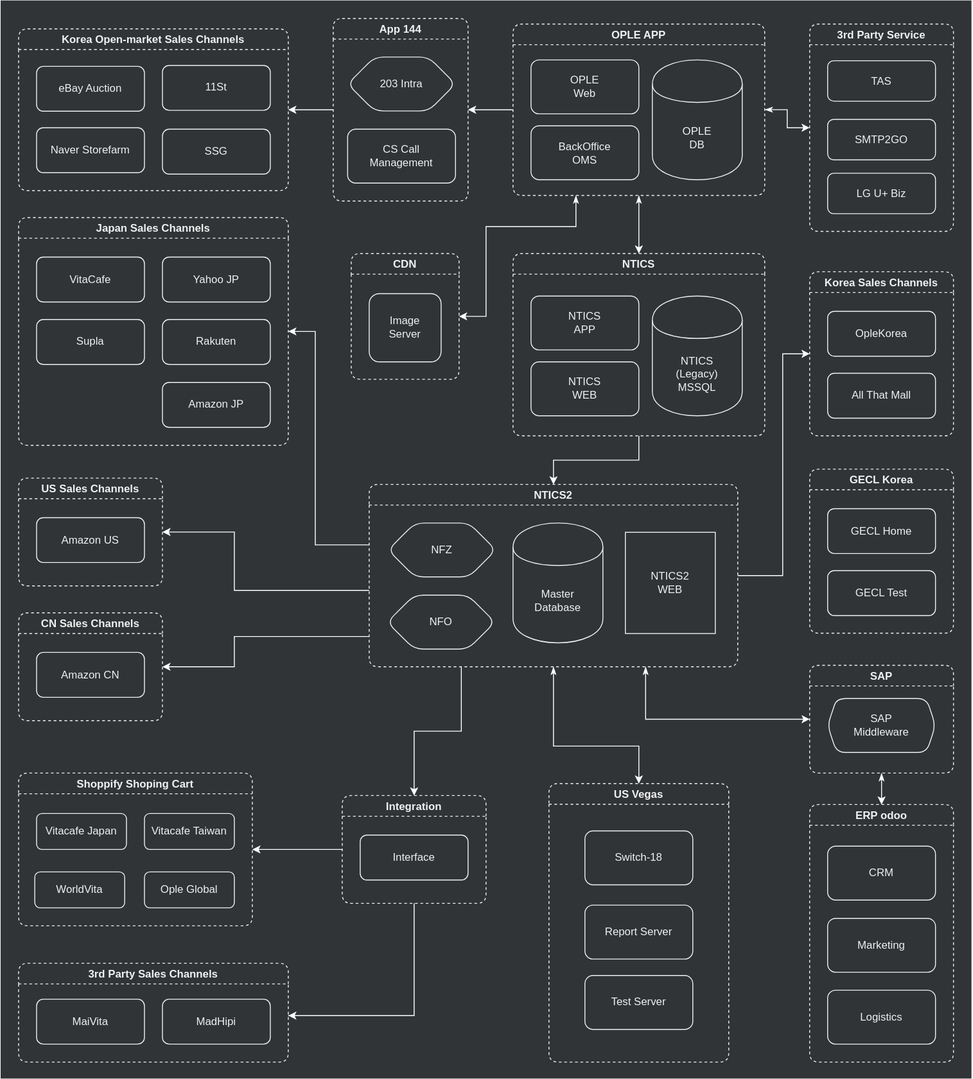
This is assets/.draw.io/references/infrastructure-diagram.svg from jiholee-ntwglobal/jiholee-ntwglobal.github.io, a draw.io export, as it was before one commit. Source tidied: cells renumbered, new cells last; positions are measured from the earlier drawing's top-left corner, leaving out a move shared by most shapes.
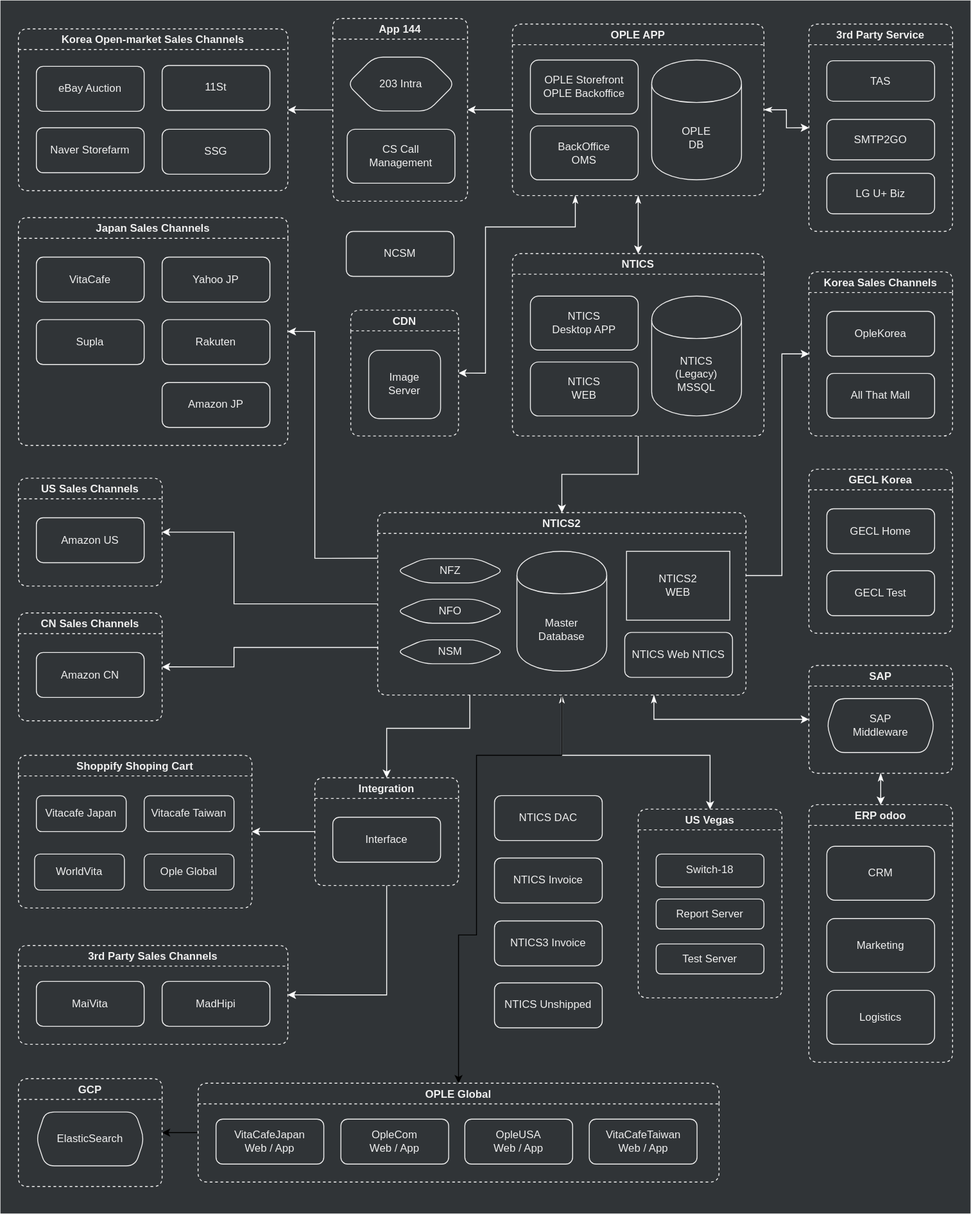
The same file after the commit.

Change to the diagram source:
```diff
@@ -3,7 +3,7 @@
     <mxCell id="0" />
     <mxCell id="1" parent="0" />
     <mxCell id="2" style="rounded=0;whiteSpace=wrap;html=1;strokeColor=none;fillColor=#303437;fontColor=#F0F0F0;labelBackgroundColor=none;" parent="1" vertex="1">
-      <mxGeometry width="1080" height="1200" as="geometry" />
+      <mxGeometry width="1080" height="1350" as="geometry" />
     </mxCell>
     <mxCell id="3" value="ERP odoo" style="swimlane;rounded=1;fillColor=none;fontColor=#F0F0F0;strokeColor=#F0F0F0;dashed=1;" parent="1" vertex="1">
       <mxGeometry x="900" y="895" width="160" height="286.7" as="geometry" />
@@ -29,7 +29,7 @@
     <mxCell id="10" value="OPLE APP" style="swimlane;rounded=1;fillColor=none;fontColor=#F0F0F0;strokeColor=#F0F0F0;dashed=1;" parent="1" vertex="1">
       <mxGeometry x="570" y="26.2" width="280" height="190.8" as="geometry" />
     </mxCell>
-    <mxCell id="11" value="OPLE&lt;br&gt;Web" style="rounded=1;whiteSpace=wrap;html=1;fillColor=none;fontColor=#F0F0F0;strokeColor=#F0F0F0;" parent="10" vertex="1">
+    <mxCell id="11" value="OPLE Storefront&lt;br&gt;OPLE Backoffice" style="rounded=1;whiteSpace=wrap;html=1;fillColor=none;fontColor=#F0F0F0;strokeColor=#F0F0F0;" parent="10" vertex="1">
       <mxGeometry x="20" y="40" width="120" height="60" as="geometry" />
     </mxCell>
     <mxCell id="12" value="OPLE&lt;br&gt;DB" style="shape=cylinder;whiteSpace=wrap;html=1;boundedLbl=1;backgroundOutline=1;fillColor=none;fontColor=#F0F0F0;strokeColor=#F0F0F0;" parent="10" vertex="1">
@@ -39,7 +39,7 @@
       <mxGeometry x="20" y="113.3" width="120" height="60" as="geometry" />
     </mxCell>
     <mxCell id="14" value="Shoppify Shoping Cart" style="swimlane;rounded=1;fillColor=none;fontColor=#F0F0F0;strokeColor=#F0F0F0;dashed=1;" parent="1" vertex="1">
-      <mxGeometry x="20" y="860" width="260" height="170" as="geometry" />
+      <mxGeometry x="20" y="840" width="260" height="170" as="geometry" />
     </mxCell>
     <mxCell id="15" value="Vitacafe Taiwan" style="rounded=1;whiteSpace=wrap;html=1;fillColor=none;fontColor=#F0F0F0;strokeColor=#F0F0F0;" parent="14" vertex="1">
       <mxGeometry x="140" y="45" width="100" height="40" as="geometry" />
@@ -54,16 +54,16 @@
       <mxGeometry x="20" y="45" width="100" height="40" as="geometry" />
     </mxCell>
     <mxCell id="19" value="US Vegas" style="swimlane;rounded=1;fillColor=none;dashed=1;fontColor=#F0F0F0;strokeColor=#F0F0F0;" parent="1" vertex="1">
-      <mxGeometry x="610" y="871.7" width="200" height="310" as="geometry" />
+      <mxGeometry x="710" y="900" width="160" height="210" as="geometry" />
     </mxCell>
     <mxCell id="20" value="Switch-18" style="rounded=1;whiteSpace=wrap;html=1;fillColor=none;fontColor=#F0F0F0;strokeColor=#F0F0F0;" parent="19" vertex="1">
-      <mxGeometry x="40" y="52.7" width="120" height="60" as="geometry" />
+      <mxGeometry x="20" y="50" width="120" height="36.7" as="geometry" />
     </mxCell>
     <mxCell id="21" value="Report Server" style="rounded=1;whiteSpace=wrap;html=1;fillColor=none;fontColor=#F0F0F0;strokeColor=#F0F0F0;" parent="19" vertex="1">
-      <mxGeometry x="40" y="135.3" width="120" height="60" as="geometry" />
+      <mxGeometry x="20" y="100" width="120" height="33.3" as="geometry" />
     </mxCell>
     <mxCell id="22" value="Test Server" style="rounded=1;whiteSpace=wrap;html=1;fillColor=none;fontColor=#F0F0F0;strokeColor=#F0F0F0;" parent="19" vertex="1">
-      <mxGeometry x="40" y="213.7" width="120" height="60" as="geometry" />
+      <mxGeometry x="20" y="150" width="120" height="33.3" as="geometry" />
     </mxCell>
     <mxCell id="23" value="3rd Party Service" style="swimlane;rounded=1;fillColor=none;fontColor=#F0F0F0;strokeColor=#F0F0F0;dashed=1;" parent="1" vertex="1">
       <mxGeometry x="900" y="26.2" width="160" height="230.8" as="geometry" />
@@ -116,9 +116,9 @@
     <mxCell id="39" style="edgeStyle=orthogonalEdgeStyle;rounded=0;jettySize=auto;html=1;startArrow=classicThin;startFill=1;strokeColor=#FFFFFF;fontColor=#FFFFFF;exitX=0.25;exitY=1;exitDx=0;exitDy=0;entryX=1;entryY=0.5;entryDx=0;entryDy=0;" parent="1" edge="1" source="10" target="80">
       <mxGeometry relative="1" as="geometry">
         <Array as="points">
-          <mxPoint x="640" y="251.7" />
-          <mxPoint x="540" y="251.7" />
-          <mxPoint x="540" y="351.7" />
+          <mxPoint x="640" y="252" />
+          <mxPoint x="540" y="252" />
+          <mxPoint x="540" y="415" />
         </Array>
       </mxGeometry>
     </mxCell>
@@ -128,47 +128,51 @@
     <mxCell id="41" value="NTICS&lt;br&gt;(Legacy)&lt;br&gt;MSSQL" style="shape=cylinder;whiteSpace=wrap;html=1;boundedLbl=1;backgroundOutline=1;fillColor=none;fontColor=#F0F0F0;strokeColor=#F0F0F0;" parent="40" vertex="1">
       <mxGeometry x="155" y="47.3" width="100" height="133.3" as="geometry" />
     </mxCell>
-    <mxCell id="42" value="NTICS&lt;br&gt;APP" style="rounded=1;whiteSpace=wrap;html=1;fillColor=none;fontColor=#F0F0F0;strokeColor=#F0F0F0;" parent="40" vertex="1">
+    <mxCell id="42" value="NTICS&lt;br&gt;Desktop APP" style="rounded=1;whiteSpace=wrap;html=1;fillColor=none;fontColor=#F0F0F0;strokeColor=#F0F0F0;" parent="40" vertex="1">
       <mxGeometry x="20" y="47.3" width="120" height="60" as="geometry" />
     </mxCell>
     <mxCell id="43" value="NTICS&lt;br&gt;WEB" style="rounded=1;whiteSpace=wrap;html=1;fillColor=none;fontColor=#F0F0F0;strokeColor=#F0F0F0;" parent="40" vertex="1">
       <mxGeometry x="20" y="120.7" width="120" height="60" as="geometry" />
     </mxCell>
-    <mxCell id="44" style="edgeStyle=orthogonalEdgeStyle;rounded=0;jettySize=auto;html=1;entryX=1;entryY=0.5;entryDx=0;entryDy=0;startArrow=none;startFill=0;strokeColor=#FFFFFF;fontColor=#FFFFFF;" parent="1" edge="1" target="32">
+    <mxCell id="44" style="edgeStyle=orthogonalEdgeStyle;rounded=0;jettySize=auto;html=1;entryX=1;entryY=0.5;entryDx=0;entryDy=0;startArrow=none;startFill=0;strokeColor=#FFFFFF;fontColor=#FFFFFF;exitX=0;exitY=0.25;exitDx=0;exitDy=0;" parent="1" edge="1" source="51" target="32">
       <mxGeometry relative="1" as="geometry">
-        <mxPoint x="410" y="606" as="sourcePoint" />
         <Array as="points">
-          <mxPoint x="350" y="605.7" />
-          <mxPoint x="350" y="368.7" />
+          <mxPoint x="350" y="621" />
+          <mxPoint x="350" y="368" />
         </Array>
       </mxGeometry>
     </mxCell>
-    <mxCell id="45" style="edgeStyle=orthogonalEdgeStyle;rounded=0;jettySize=auto;html=1;entryX=1;entryY=0.5;entryDx=0;entryDy=0;startArrow=none;startFill=0;strokeColor=#FFFFFF;fontColor=#FFFFFF;" parent="1" edge="1" source="51" target="56">
+    <mxCell id="45" style="edgeStyle=orthogonalEdgeStyle;rounded=0;jettySize=auto;html=1;entryX=1;entryY=0.5;entryDx=0;entryDy=0;startArrow=none;startFill=0;strokeColor=#FFFFFF;fontColor=#FFFFFF;exitX=0;exitY=0.5;exitDx=0;exitDy=0;" parent="1" edge="1" source="51" target="56">
       <mxGeometry relative="1" as="geometry">
         <Array as="points">
-          <mxPoint x="260" y="656.7" />
-          <mxPoint x="260" y="591.7" />
+          <mxPoint x="260" y="672" />
+          <mxPoint x="260" y="592" />
         </Array>
       </mxGeometry>
     </mxCell>
-    <mxCell id="46" style="edgeStyle=orthogonalEdgeStyle;rounded=0;orthogonalLoop=1;jettySize=auto;html=1;startArrow=none;startFill=0;strokeColor=#FFFFFF;fontColor=#FFFFFF;" parent="1" edge="1">
+    <mxCell id="46" style="edgeStyle=orthogonalEdgeStyle;rounded=0;jettySize=auto;html=1;startArrow=none;startFill=0;strokeColor=#FFFFFF;fontColor=#FFFFFF;exitX=0;exitY=0.75;exitDx=0;exitDy=0;" parent="1" edge="1" source="51">
       <mxGeometry relative="1" as="geometry">
-        <mxPoint x="410" y="708" as="sourcePoint" />
         <mxPoint x="180" y="741.7" as="targetPoint" />
         <Array as="points">
-          <mxPoint x="260" y="707.7" />
-          <mxPoint x="260" y="741.7" />
+          <mxPoint x="420" y="720" />
+          <mxPoint x="260" y="720" />
+          <mxPoint x="260" y="742" />
         </Array>
       </mxGeometry>
     </mxCell>
     <mxCell id="47" style="edgeStyle=orthogonalEdgeStyle;rounded=0;jettySize=auto;html=1;entryX=0.5;entryY=0;entryDx=0;entryDy=0;startArrow=none;startFill=0;strokeColor=#FFFFFF;fontColor=#FFFFFF;exitX=0.25;exitY=1;exitDx=0;exitDy=0;" parent="1" edge="1" source="51" target="66">
-      <mxGeometry relative="1" as="geometry" />
+      <mxGeometry relative="1" as="geometry">
+        <Array as="points">
+          <mxPoint x="523" y="810" />
+          <mxPoint x="430" y="810" />
+        </Array>
+      </mxGeometry>
     </mxCell>
-    <mxCell id="48" style="edgeStyle=orthogonalEdgeStyle;rounded=0;jettySize=auto;html=1;entryX=0.5;entryY=0;entryDx=0;entryDy=0;startArrow=classicThin;startFill=1;strokeColor=#FFFFFF;fontColor=#FFFFFF;" parent="1" edge="1" source="51" target="19">
+    <mxCell id="48" style="edgeStyle=orthogonalEdgeStyle;rounded=0;jettySize=auto;html=1;entryX=0.5;entryY=0;entryDx=0;entryDy=0;startArrow=classicThin;startFill=1;strokeColor=#FFFFFF;fontColor=#FFFFFF;exitX=0.5;exitY=1;exitDx=0;exitDy=0;" parent="1" edge="1" source="51" target="19">
       <mxGeometry relative="1" as="geometry">
         <Array as="points">
-          <mxPoint x="615" y="830" />
-          <mxPoint x="710" y="830" />
+          <mxPoint x="625" y="840" />
+          <mxPoint x="790" y="840" />
         </Array>
       </mxGeometry>
     </mxCell>
@@ -183,21 +187,37 @@
         </Array>
       </mxGeometry>
     </mxCell>
+    <mxCell id="82" style="edgeStyle=orthogonalEdgeStyle;rounded=0;jettySize=auto;html=1;entryX=0.5;entryY=0;entryDx=0;entryDy=0;" parent="1" edge="1" source="51" target="86">
+      <mxGeometry relative="1" as="geometry">
+        <Array as="points">
+          <mxPoint x="625" y="840" />
+          <mxPoint x="530" y="840" />
+          <mxPoint x="530" y="1040" />
+          <mxPoint x="510" y="1040" />
+        </Array>
+      </mxGeometry>
+    </mxCell>
     <mxCell id="51" value="NTICS2" style="swimlane;rounded=1;fillColor=none;fontColor=#F0F0F0;strokeColor=#F0F0F0;dashed=1;" parent="1" vertex="1">
-      <mxGeometry x="410" y="538.7" width="410" height="203" as="geometry" />
+      <mxGeometry x="420" y="570" width="410" height="203" as="geometry" />
     </mxCell>
     <mxCell id="52" value="Master&lt;br&gt;Database" style="shape=cylinder;whiteSpace=wrap;html=1;boundedLbl=1;backgroundOutline=1;fillColor=none;fontColor=#F0F0F0;strokeColor=#F0F0F0;" parent="51" vertex="1">
-      <mxGeometry x="160" y="43" width="100" height="133.3" as="geometry" />
+      <mxGeometry x="155" y="43" width="100" height="133.3" as="geometry" />
     </mxCell>
     <mxCell id="53" value="NTICS2&lt;br&gt;WEB" style="rounded=0;whiteSpace=wrap;html=1;fillColor=none;fontColor=#F0F0F0;strokeColor=#F0F0F0;" parent="51" vertex="1">
-      <mxGeometry x="285" y="53.3" width="100" height="112.7" as="geometry" />
+      <mxGeometry x="277" y="43" width="115" height="76.7" as="geometry" />
     </mxCell>
     <mxCell id="54" value="NFZ" style="shape=hexagon;perimeter=hexagonPerimeter2;whiteSpace=wrap;html=1;rounded=1;fillColor=none;fontColor=#F0F0F0;strokeColor=#F0F0F0;" parent="51" vertex="1">
-      <mxGeometry x="21" y="43" width="120" height="60" as="geometry" />
+      <mxGeometry x="21" y="51.2" width="120" height="27" as="geometry" />
     </mxCell>
     <mxCell id="55" value="NFO" style="shape=hexagon;perimeter=hexagonPerimeter2;whiteSpace=wrap;html=1;rounded=1;fillColor=none;fontColor=#F0F0F0;strokeColor=#F0F0F0;" parent="51" vertex="1">
-      <mxGeometry x="20" y="123.3" width="120" height="60" as="geometry" />
+      <mxGeometry x="21" y="96.3" width="120" height="26.7" as="geometry" />
     </mxCell>
+    <mxCell id="83" value="NTICS Web NTICS" style="rounded=1;whiteSpace=wrap;html=1;fillColor=none;fontColor=#F0F0F0;strokeColor=#F0F0F0;" parent="51" vertex="1">
+      <mxGeometry x="275" y="133.3" width="120" height="50" as="geometry" />
+    </mxCell>
+    <mxCell id="84" value="NSM" style="shape=hexagon;perimeter=hexagonPerimeter2;whiteSpace=wrap;html=1;rounded=1;fillColor=none;fontColor=#F0F0F0;strokeColor=#F0F0F0;" parent="51" vertex="1">
+      <mxGeometry x="21" y="141.5" width="120" height="26.7" as="geometry" />
+    </mxCell>
     <mxCell id="56" value="US Sales Channels" style="swimlane;rounded=1;fillColor=none;fontColor=#F0F0F0;strokeColor=#F0F0F0;dashed=1;" parent="1" vertex="1">
       <mxGeometry x="20" y="531.7" width="160" height="120" as="geometry" />
     </mxCell>
@@ -225,17 +245,15 @@
     <mxCell id="64" style="edgeStyle=orthogonalEdgeStyle;rounded=0;jettySize=auto;html=1;entryX=1;entryY=0.5;entryDx=0;entryDy=0;startArrow=none;startFill=0;strokeColor=#FFFFFF;fontColor=#FFFFFF;" parent="1" edge="1" source="66" target="14">
       <mxGeometry relative="1" as="geometry" />
     </mxCell>
-    <mxCell id="65" style="edgeStyle=orthogonalEdgeStyle;rounded=0;jettySize=auto;html=1;startArrow=none;startFill=0;strokeColor=#FFFFFF;fontColor=#FFFFFF;exitX=0.5;exitY=1;exitDx=0;exitDy=0;" parent="1" edge="1" source="66">
+    <mxCell id="65" style="edgeStyle=orthogonalEdgeStyle;rounded=0;jettySize=auto;html=1;startArrow=none;startFill=0;strokeColor=#FFFFFF;fontColor=#FFFFFF;exitX=0.5;exitY=1;exitDx=0;exitDy=0;entryX=1;entryY=0.5;entryDx=0;entryDy=0;" parent="1" edge="1" source="66" target="71">
       <mxGeometry relative="1" as="geometry">
-        <mxPoint x="320" y="1130" as="targetPoint" />
         <Array as="points">
-          <mxPoint x="460" y="1130" />
-          <mxPoint x="320" y="1130" />
+          <mxPoint x="430" y="1107" />
         </Array>
       </mxGeometry>
     </mxCell>
     <mxCell id="66" value="Integration" style="swimlane;rounded=1;fillColor=none;fontColor=#F0F0F0;strokeColor=#F0F0F0;dashed=1;" parent="1" vertex="1">
-      <mxGeometry x="380" y="885" width="160" height="120" as="geometry" />
+      <mxGeometry x="350" y="865" width="160" height="120" as="geometry" />
     </mxCell>
     <mxCell id="67" value="Interface" style="rounded=1;whiteSpace=wrap;html=1;fillColor=none;fontColor=#F0F0F0;strokeColor=#F0F0F0;" parent="66" vertex="1">
       <mxGeometry x="20" y="44" width="120" height="50" as="geometry" />
@@ -250,7 +268,7 @@
       <mxGeometry x="20" y="113" width="120" height="50" as="geometry" />
     </mxCell>
     <mxCell id="71" value="3rd Party Sales Channels" style="swimlane;rounded=1;fillColor=none;fontColor=#F0F0F0;strokeColor=#F0F0F0;dashed=1;" parent="1" vertex="1">
-      <mxGeometry x="20" y="1071.7" width="300" height="110" as="geometry" />
+      <mxGeometry x="20" y="1051.7" width="300" height="110" as="geometry" />
     </mxCell>
     <mxCell id="72" value="MaiVita" style="rounded=1;whiteSpace=wrap;html=1;fillColor=none;fontColor=#F0F0F0;strokeColor=#F0F0F0;" parent="71" vertex="1">
       <mxGeometry x="20" y="40" width="120" height="50" as="geometry" />
@@ -277,10 +295,49 @@
       <mxGeometry x="20" y="37" width="120" height="60" as="geometry" />
     </mxCell>
     <mxCell id="80" value="CDN" style="swimlane;rounded=1;fillColor=none;fontColor=#F0F0F0;strokeColor=#F0F0F0;dashed=1;" parent="1" vertex="1">
-      <mxGeometry x="390" y="281.7" width="120" height="140" as="geometry" />
+      <mxGeometry x="390" y="344.7" width="120" height="140" as="geometry" />
     </mxCell>
     <mxCell id="81" value="Image&lt;br&gt;Server" style="rounded=1;whiteSpace=wrap;html=1;fillColor=none;fontColor=#F0F0F0;strokeColor=#F0F0F0;" parent="80" vertex="1">
       <mxGeometry x="20" y="44.7" width="80" height="76" as="geometry" />
     </mxCell>
+    <mxCell id="85" style="edgeStyle=orthogonalEdgeStyle;rounded=0;jettySize=auto;html=1;entryX=1;entryY=0.5;entryDx=0;entryDy=0;" parent="1" edge="1" source="86" target="96">
+      <mxGeometry relative="1" as="geometry" />
+    </mxCell>
+    <mxCell id="86" value="OPLE Global" style="swimlane;rounded=1;fillColor=none;fontColor=#F0F0F0;strokeColor=#F0F0F0;dashed=1;" parent="1" vertex="1">
+      <mxGeometry x="220" y="1205" width="580" height="110" as="geometry" />
+    </mxCell>
+    <mxCell id="87" value="VitaCafeJapan&lt;br&gt;Web / App" style="rounded=1;whiteSpace=wrap;html=1;fillColor=none;fontColor=#F0F0F0;strokeColor=#F0F0F0;" parent="86" vertex="1">
+      <mxGeometry x="20" y="40" width="120" height="50" as="geometry" />
+    </mxCell>
+    <mxCell id="88" value="OpleCom&lt;br&gt;Web / App" style="rounded=1;whiteSpace=wrap;html=1;fillColor=none;fontColor=#F0F0F0;strokeColor=#F0F0F0;" parent="86" vertex="1">
+      <mxGeometry x="159" y="40" width="120" height="50" as="geometry" />
+    </mxCell>
+    <mxCell id="89" value="OpleUSA&lt;br&gt;Web / App" style="rounded=1;whiteSpace=wrap;html=1;fillColor=none;fontColor=#F0F0F0;strokeColor=#F0F0F0;" parent="86" vertex="1">
+      <mxGeometry x="297" y="40" width="120" height="50" as="geometry" />
+    </mxCell>
+    <mxCell id="90" value="VitaCafeTaiwan&lt;br&gt;Web / App" style="rounded=1;whiteSpace=wrap;html=1;fillColor=none;fontColor=#F0F0F0;strokeColor=#F0F0F0;" parent="86" vertex="1">
+      <mxGeometry x="435.5" y="40" width="120" height="50" as="geometry" />
+    </mxCell>
+    <mxCell id="91" value="NCSM" style="rounded=1;whiteSpace=wrap;html=1;fillColor=none;fontColor=#F0F0F0;strokeColor=#F0F0F0;" parent="1" vertex="1">
+      <mxGeometry x="385" y="257.1" width="120" height="50" as="geometry" />
+    </mxCell>
+    <mxCell id="92" value="NTICS Unshipped" style="rounded=1;whiteSpace=wrap;html=1;fillColor=none;fontColor=#F0F0F0;strokeColor=#F0F0F0;" parent="1" vertex="1">
+      <mxGeometry x="550" y="1093.3" width="120" height="50" as="geometry" />
+    </mxCell>
+    <mxCell id="93" value="NTICS3 Invoice" style="rounded=1;whiteSpace=wrap;html=1;fillColor=none;fontColor=#F0F0F0;strokeColor=#F0F0F0;" parent="1" vertex="1">
+      <mxGeometry x="550" y="1024.3" width="120" height="50" as="geometry" />
+    </mxCell>
+    <mxCell id="94" value="NTICS DAC" style="rounded=1;whiteSpace=wrap;html=1;fillColor=none;fontColor=#F0F0F0;strokeColor=#F0F0F0;" parent="1" vertex="1">
+      <mxGeometry x="550" y="885" width="120" height="50" as="geometry" />
+    </mxCell>
+    <mxCell id="95" value="NTICS Invoice" style="rounded=1;whiteSpace=wrap;html=1;fillColor=none;fontColor=#F0F0F0;strokeColor=#F0F0F0;" parent="1" vertex="1">
+      <mxGeometry x="550" y="954.3" width="120" height="50" as="geometry" />
+    </mxCell>
+    <mxCell id="96" value="GCP" style="swimlane;rounded=1;fillColor=none;fontColor=#F0F0F0;strokeColor=#F0F0F0;dashed=1;" parent="1" vertex="1">
+      <mxGeometry x="20" y="1200" width="160" height="120" as="geometry" />
+    </mxCell>
+    <mxCell id="97" value="ElasticSearch" style="shape=hexagon;perimeter=hexagonPerimeter2;whiteSpace=wrap;html=1;rounded=1;fillColor=none;fontColor=#F0F0F0;strokeColor=#F0F0F0;size=0.08333333333333333;" parent="96" vertex="1">
+      <mxGeometry x="20" y="37" width="120" height="60" as="geometry" />
+    </mxCell>
   </root>
 </mxGraphModel>
```
